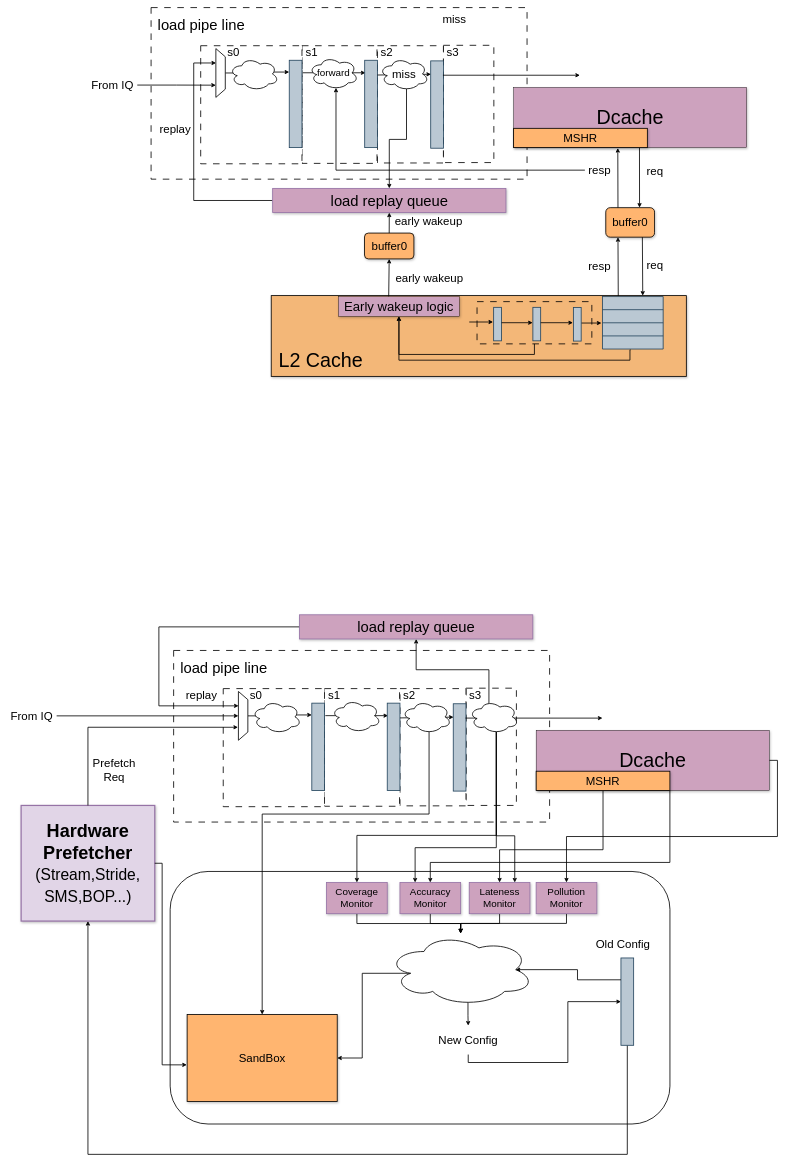
Above: page "第 1 页" (1 of 3) of l1_miss_l2_hit_pipeline (2).drawio in happy-lx/drawio (draw.io), before the change. Source tidied: cells renumbered, new cells numbered last; positions are measured from the earlier drawing's top-left corner, leaving out a move shared by most shapes. Both pictures are drawn from the tidied source at 41%, with x=0, y=0 at pixel (7, 7).
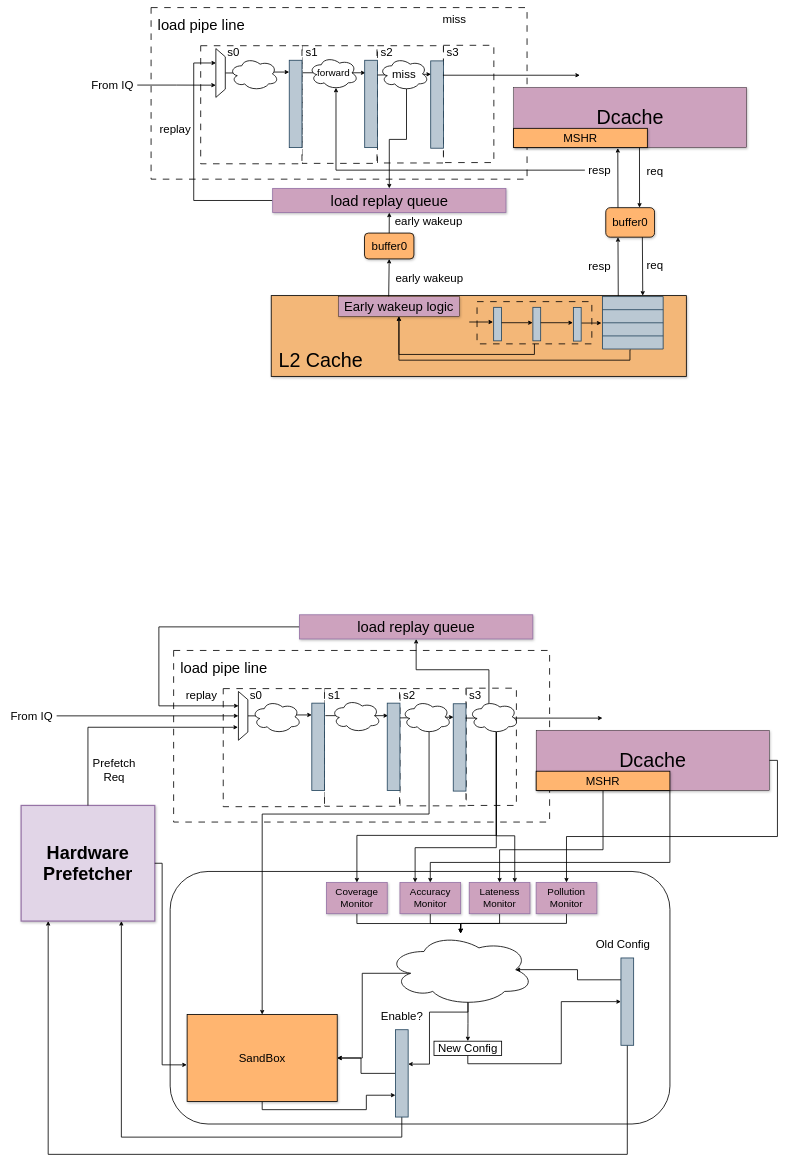
After the change.

The change refers to these unchanged cells:
```xml
<mxCell id="119" style="ellipse;shape=cloud;whiteSpace=wrap;html=1;strokeWidth=2;" parent="1" vertex="1">
  <mxGeometry x="927" y="2258" width="358" height="177" as="geometry" />
</mxCell>
<mxCell id="122" value="&lt;font style=&quot;font-size: 28px;&quot;&gt;SandBox&lt;/font&gt;" style="rounded=0;whiteSpace=wrap;html=1;strokeWidth=2;fillColor=#ffb570;shadow=1;" parent="1" vertex="1">
  <mxGeometry x="438.9" y="2456" width="366.1" height="212" as="geometry" />
</mxCell>
<mxCell id="129" style="rounded=0;whiteSpace=wrap;html=1;fillColor=#bac8d3;strokeColor=#23445d;strokeWidth=2;" parent="1" vertex="1">
  <mxGeometry x="1497" y="2318" width="31" height="213" as="geometry" />
</mxCell>
```

What changed in the source:
```diff
@@
-    <mxCell id="121" value="&lt;font style=&quot;font-size: 28px;&quot;&gt;New Config&lt;/font&gt;" style="rounded=0;whiteSpace=wrap;html=1;strokeColor=none;strokeWidth=2;" parent="1" vertex="1">
-      <mxGeometry x="1011" y="2483" width="227" height="70" as="geometry" />
+    <mxCell id="121" value="&lt;font style=&quot;font-size: 28px;&quot;&gt;New Config&lt;/font&gt;" style="rounded=0;whiteSpace=wrap;html=1;strokeColor=default;strokeWidth=2;" parent="1" vertex="1">
+      <mxGeometry x="1041" y="2521" width="165" height="35" as="geometry" />
     </mxCell>
+    <mxCell id="131" style="edgeStyle=orthogonalEdgeStyle;rounded=0;jettySize=auto;html=1;exitX=0.5;exitY=1;exitDx=0;exitDy=0;entryX=0;entryY=0.75;entryDx=0;entryDy=0;strokeWidth=2;" parent="1" edge="1" source="122" target="134">
+      <mxGeometry relative="1" as="geometry" />
+    </mxCell>
@@
-    <mxCell id="123" value="&lt;font style=&quot;&quot;&gt;&lt;b&gt;Hardware&lt;/b&gt;&lt;br style=&quot;font-size: 44px;&quot;&gt;&lt;b&gt;Prefetcher&lt;br&gt;&lt;/b&gt;&lt;font style=&quot;font-size: 38px;&quot;&gt;(Stream,Stride,&lt;br&gt;SMS,BOP...)&lt;/font&gt;&lt;br style=&quot;font-size: 44px;&quot;&gt;&lt;/font&gt;" style="rounded=0;whiteSpace=wrap;html=1;shadow=1;strokeWidth=3;fillColor=#e1d5e7;strokeColor=#9673a6;fontSize=44;" parent="1" vertex="1">
+    <mxCell id="123" value="&lt;font style=&quot;&quot;&gt;&lt;b&gt;Hardware&lt;/b&gt;&lt;br style=&quot;font-size: 44px;&quot;&gt;&lt;b&gt;Prefetcher&lt;/b&gt;&lt;br style=&quot;font-size: 44px;&quot;&gt;&lt;/font&gt;" style="rounded=0;whiteSpace=wrap;html=1;shadow=1;strokeWidth=3;fillColor=#e1d5e7;strokeColor=#9673a6;fontSize=44;" parent="1" vertex="1">
       <mxGeometry x="34" y="1946" width="326" height="282" as="geometry" />
     </mxCell>
@@
-    <mxCell id="128" style="edgeStyle=orthogonalEdgeStyle;rounded=0;jettySize=auto;html=1;exitX=0.5;exitY=1;exitDx=0;exitDy=0;entryX=0.5;entryY=1;entryDx=0;entryDy=0;strokeWidth=2;" parent="1" edge="1" source="129" target="123">
+    <mxCell id="128" style="edgeStyle=orthogonalEdgeStyle;rounded=0;jettySize=auto;html=1;exitX=0.5;exitY=1;exitDx=0;exitDy=0;strokeWidth=2;" parent="1" edge="1" source="129">
       <mxGeometry relative="1" as="geometry">
+        <mxPoint x="100" y="2228" as="targetPoint" />
         <Array as="points">
           <mxPoint x="1513" y="2797" />
-          <mxPoint x="197" y="2797" />
+          <mxPoint x="100" y="2797" />
+          <mxPoint x="100" y="2228" />
         </Array>
       </mxGeometry>
     </mxCell>
@@
+    <mxCell id="132" style="edgeStyle=orthogonalEdgeStyle;rounded=0;jettySize=auto;html=1;exitX=0;exitY=0.5;exitDx=0;exitDy=0;entryX=1;entryY=0.5;entryDx=0;entryDy=0;strokeWidth=2;" parent="1" edge="1" source="134" target="122">
+      <mxGeometry relative="1" as="geometry">
+        <Array as="points">
+          <mxPoint x="863" y="2600" />
+          <mxPoint x="863" y="2562" />
+        </Array>
+      </mxGeometry>
+    </mxCell>
+    <mxCell id="133" style="edgeStyle=orthogonalEdgeStyle;rounded=0;jettySize=auto;html=1;exitX=0.5;exitY=1;exitDx=0;exitDy=0;entryX=0.75;entryY=1;entryDx=0;entryDy=0;strokeWidth=2;" parent="1" edge="1" source="134" target="123">
+      <mxGeometry relative="1" as="geometry">
+        <Array as="points">
+          <mxPoint x="963" y="2755" />
+          <mxPoint x="279" y="2755" />
+        </Array>
+      </mxGeometry>
+    </mxCell>
+    <mxCell id="134" style="rounded=0;whiteSpace=wrap;html=1;fillColor=#bac8d3;strokeColor=#23445d;strokeWidth=2;" parent="1" vertex="1">
+      <mxGeometry x="947" y="2493" width="31" height="213" as="geometry" />
+    </mxCell>
+    <mxCell id="135" value="&lt;span style=&quot;font-size: 28px;&quot;&gt;Enable?&lt;/span&gt;" style="rounded=0;whiteSpace=wrap;html=1;strokeColor=none;strokeWidth=2;" parent="1" vertex="1">
+      <mxGeometry x="890.5" y="2435" width="144" height="52" as="geometry" />
+    </mxCell>
+    <mxCell id="136" style="edgeStyle=orthogonalEdgeStyle;rounded=0;jettySize=auto;html=1;exitX=0.55;exitY=0.95;exitDx=0;exitDy=0;exitPerimeter=0;entryX=1;entryY=0.394;entryDx=0;entryDy=0;entryPerimeter=0;strokeWidth=2;" parent="1" edge="1" source="119" target="134">
+      <mxGeometry relative="1" as="geometry">
+        <Array as="points">
+          <mxPoint x="1124" y="2450" />
+          <mxPoint x="1030" y="2450" />
+          <mxPoint x="1030" y="2577" />
+        </Array>
+      </mxGeometry>
+    </mxCell>
```
